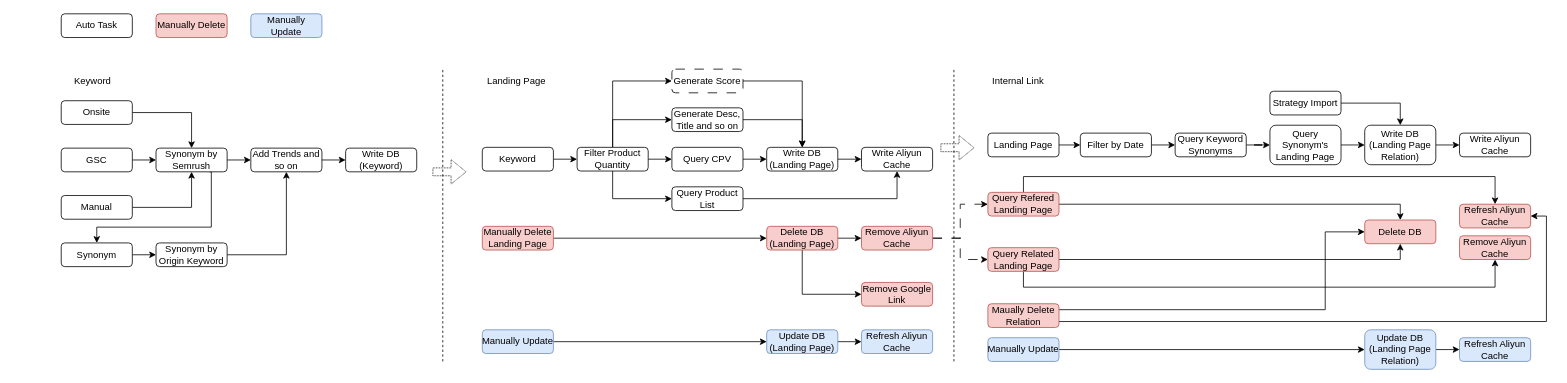
This is drawio/internal_link.drawio from VisableHarry/seo-drawio, a draw.io file, before an edit. Source tidied: cells renumbered, new cells numbered last; positions are measured from the earlier drawing's top-left corner, leaving out a move shared by most shapes. Both pictures are drawn from the tidied source at 79%, with x=0, y=0 at pixel (61, 13).
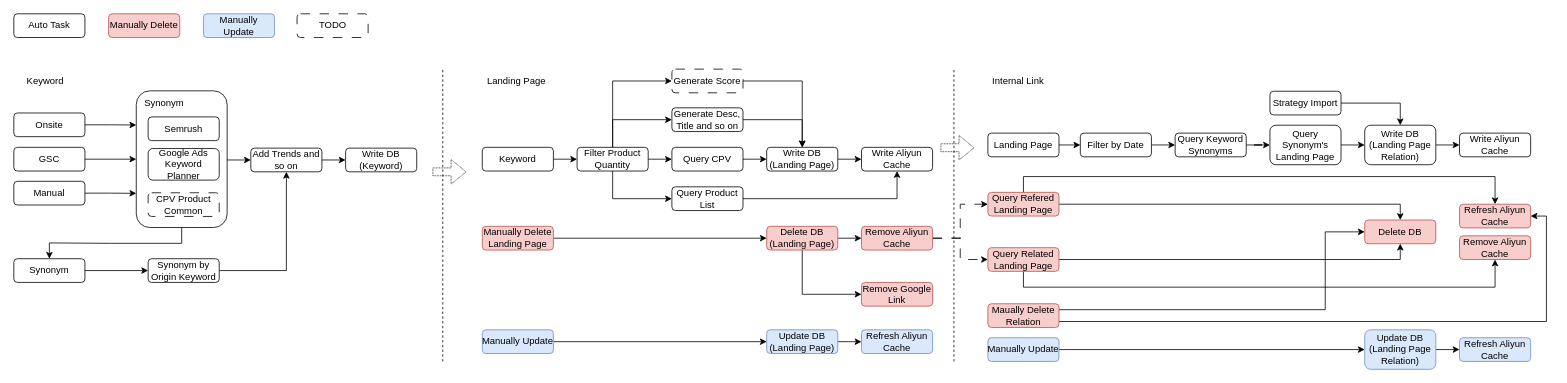
Above is the later version.

Unchanged cells that the change refers to:
```xml
<mxCell id="17" value="Add Trends and so on" style="rounded=1;whiteSpace=wrap;html=1;" parent="1" vertex="1">
  <mxGeometry x="240" y="170" width="90" height="30" as="geometry" />
</mxCell>
```

What changed in the source:
```diff
@@
-    <mxCell id="2" style="edgeStyle=orthogonalEdgeStyle;rounded=0;jettySize=auto;html=1;exitX=1;exitY=0.5;exitDx=0;exitDy=0;entryX=0.5;entryY=0;entryDx=0;entryDy=0;" parent="1" edge="1" source="3" target="10">
-      <mxGeometry relative="1" as="geometry" />
-    </mxCell>
+    <mxCell id="90" style="edgeStyle=orthogonalEdgeStyle;rounded=0;jettySize=auto;html=1;exitX=0.5;exitY=1;exitDx=0;exitDy=0;" parent="1" edge="1" source="91" target="12">
+      <mxGeometry relative="1" as="geometry" />
+    </mxCell>
+    <mxCell id="91" style="rounded=1;whiteSpace=wrap;html=1;fillColor=none;" parent="1" vertex="1">
+      <mxGeometry x="95" y="97.5" width="115" height="173" as="geometry" />
+    </mxCell>
+    <mxCell id="92" style="edgeStyle=orthogonalEdgeStyle;rounded=0;jettySize=auto;html=1;exitX=1;exitY=0.5;exitDx=0;exitDy=0;entryX=0;entryY=0.25;entryDx=0;entryDy=0;" parent="1" edge="1" source="3" target="91">
+      <mxGeometry relative="1" as="geometry" />
+    </mxCell>
     <mxCell id="3" value="Onsite" style="rounded=1;whiteSpace=wrap;html=1;" parent="1" vertex="1">
-      <mxGeometry y="110" width="90" height="30" as="geometry" />
+      <mxGeometry x="-60" y="125.5" width="90" height="30" as="geometry" />
     </mxCell>
-    <mxCell id="4" style="edgeStyle=orthogonalEdgeStyle;rounded=0;jettySize=auto;html=1;exitX=1;exitY=0.5;exitDx=0;exitDy=0;entryX=0;entryY=0.5;entryDx=0;entryDy=0;" parent="1" edge="1" source="5" target="10">
-      <mxGeometry relative="1" as="geometry" />
-    </mxCell>
+    <mxCell id="93" style="edgeStyle=orthogonalEdgeStyle;rounded=0;jettySize=auto;html=1;exitX=1;exitY=0.5;exitDx=0;exitDy=0;entryX=0;entryY=0.5;entryDx=0;entryDy=0;" parent="1" edge="1" source="5" target="91">
+      <mxGeometry relative="1" as="geometry" />
+    </mxCell>
     <mxCell id="5" value="GSC" style="rounded=1;whiteSpace=wrap;html=1;" parent="1" vertex="1">
-      <mxGeometry y="170" width="90" height="30" as="geometry" />
+      <mxGeometry x="-60" y="169" width="90" height="30" as="geometry" />
     </mxCell>
-    <mxCell id="6" style="edgeStyle=orthogonalEdgeStyle;rounded=0;jettySize=auto;html=1;exitX=1;exitY=0.5;exitDx=0;exitDy=0;entryX=0.5;entryY=1;entryDx=0;entryDy=0;" parent="1" edge="1" source="7" target="10">
-      <mxGeometry relative="1" as="geometry" />
-    </mxCell>
+    <mxCell id="94" style="edgeStyle=orthogonalEdgeStyle;rounded=0;jettySize=auto;html=1;exitX=1;exitY=0.5;exitDx=0;exitDy=0;entryX=0;entryY=0.75;entryDx=0;entryDy=0;" parent="1" edge="1" source="7" target="91">
+      <mxGeometry relative="1" as="geometry" />
+    </mxCell>
     <mxCell id="7" value="Manual" style="rounded=1;whiteSpace=wrap;html=1;" parent="1" vertex="1">
-      <mxGeometry y="230" width="90" height="30" as="geometry" />
+      <mxGeometry x="-60" y="212" width="90" height="30" as="geometry" />
     </mxCell>
-    <mxCell id="8" style="edgeStyle=orthogonalEdgeStyle;rounded=0;jettySize=auto;html=1;exitX=0.75;exitY=1;exitDx=0;exitDy=0;entryX=0.5;entryY=0;entryDx=0;entryDy=0;" parent="1" edge="1" source="10" target="12">
-      <mxGeometry relative="1" as="geometry">
-        <Array as="points">
-          <mxPoint x="190" y="200" />
-          <mxPoint x="190" y="270" />
-          <mxPoint x="45" y="270" />
-        </Array>
-      </mxGeometry>
-    </mxCell>
-    <mxCell id="9" style="edgeStyle=orthogonalEdgeStyle;rounded=0;jettySize=auto;html=1;exitX=1;exitY=0.5;exitDx=0;exitDy=0;entryX=0;entryY=0.5;entryDx=0;entryDy=0;" parent="1" edge="1" source="10" target="17">
-      <mxGeometry relative="1" as="geometry" />
+    <mxCell id="9" style="edgeStyle=orthogonalEdgeStyle;rounded=0;jettySize=auto;html=1;exitX=1;exitY=0.5;exitDx=0;exitDy=0;entryX=0;entryY=0.5;entryDx=0;entryDy=0;" parent="1" edge="1" target="17">
+      <mxGeometry relative="1" as="geometry">
+        <mxPoint x="210" y="185" as="sourcePoint" />
+      </mxGeometry>
     </mxCell>
-    <mxCell id="10" value="Synonym by Semrush" style="rounded=1;whiteSpace=wrap;html=1;" parent="1" vertex="1">
-      <mxGeometry x="120" y="170" width="90" height="30" as="geometry" />
-    </mxCell>
@@
     <mxCell id="12" value="Synonym" style="rounded=1;whiteSpace=wrap;html=1;" parent="1" vertex="1">
-      <mxGeometry y="290" width="90" height="30" as="geometry" />
+      <mxGeometry x="-60" y="310" width="90" height="30" as="geometry" />
     </mxCell>
     <mxCell id="13" value="Keyword" style="text;html=1;align=center;verticalAlign=middle;whiteSpace=wrap;rounded=0;" parent="1" vertex="1">
-      <mxGeometry y="70" width="80" height="30" as="geometry" />
+      <mxGeometry x="-60" y="70" width="80" height="30" as="geometry" />
     </mxCell>
@@
     <mxCell id="15" value="Synonym by Origin Keyword" style="rounded=1;whiteSpace=wrap;html=1;" parent="1" vertex="1">
-      <mxGeometry x="120" y="290" width="90" height="30" as="geometry" />
+      <mxGeometry x="110" y="310" width="90" height="30" as="geometry" />
     </mxCell>
@@
     <mxCell id="69" value="Auto Task" style="rounded=1;whiteSpace=wrap;html=1;" parent="1" vertex="1">
-      <mxGeometry width="90" height="30" as="geometry" />
+      <mxGeometry x="-60" width="90" height="30" as="geometry" />
     </mxCell>
     <mxCell id="70" value="Manually Delete" style="rounded=1;whiteSpace=wrap;html=1;fillColor=#f8cecc;strokeColor=#b85450;" parent="1" vertex="1">
-      <mxGeometry x="120" width="90" height="30" as="geometry" />
+      <mxGeometry x="60" width="90" height="30" as="geometry" />
     </mxCell>
     <mxCell id="71" value="Manually Update" style="rounded=1;whiteSpace=wrap;html=1;fillColor=#dae8fc;strokeColor=#6c8ebf;" parent="1" vertex="1">
-      <mxGeometry x="240" width="90" height="30" as="geometry" />
+      <mxGeometry x="180" width="90" height="30" as="geometry" />
     </mxCell>
@@
+    <mxCell id="95" value="Google Ads Keyword Planner" style="rounded=1;whiteSpace=wrap;html=1;" parent="1" vertex="1">
+      <mxGeometry x="110" y="170.5" width="90" height="40" as="geometry" />
+    </mxCell>
+    <mxCell id="96" value="CPV Product Common" style="rounded=1;whiteSpace=wrap;html=1;dashed=1;dashPattern=12 12;" parent="1" vertex="1">
+      <mxGeometry x="110" y="226.5" width="90" height="30" as="geometry" />
+    </mxCell>
+    <mxCell id="97" value="Semrush" style="rounded=1;whiteSpace=wrap;html=1;" parent="1" vertex="1">
+      <mxGeometry x="110" y="130.5" width="90" height="30" as="geometry" />
+    </mxCell>
+    <mxCell id="98" value="Synonym" style="text;html=1;align=center;verticalAlign=middle;strokeColor=none;fillColor=none;" parent="1" vertex="1">
+      <mxGeometry x="95" y="97.5" width="70" height="30" as="geometry" />
+    </mxCell>
+    <mxCell id="99" value="TODO" style="rounded=1;whiteSpace=wrap;html=1;dashed=1;dashPattern=12 12;" parent="1" vertex="1">
+      <mxGeometry x="298.5" width="90" height="30" as="geometry" />
+    </mxCell>
```
